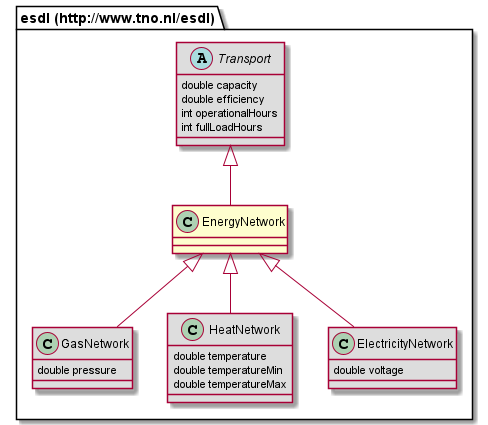
Above: 687474703a2f2f7777772e746e6f2e6e6c2f6573646c/EnergyNetwork.png in EnergyTransition/energytransition.github.io (PlantUML), before the change.
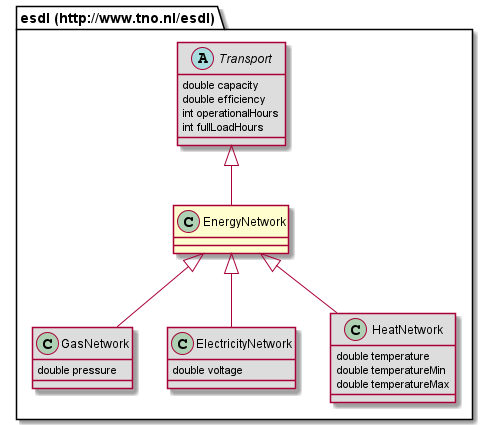
The same file after the commit.

The edit, as a diff of the source:
```diff
@@ -3,14 +3,6 @@
 }
 class "esdl (http://www.tno.nl/esdl).GasNetwork" [[#router/doc-content/687474703a2f2f7777772e746e6f2e6e6c2f6573646c/GasNetwork.html{Describes an complete gas network, without detailing the complete topology. }]] #DDDDDD {
 	double pressure
-}
-class "esdl (http://www.tno.nl/esdl).HeatNetwork" [[#router/doc-content/687474703a2f2f7777772e746e6f2e6e6c2f6573646c/HeatNetwork.html{Describes an complete heat network, without detailing the complete topology. }]] #DDDDDD {
-	double temperature
-	double temperatureMin
-	double temperatureMax
-}
-class "esdl (http://www.tno.nl/esdl).ElectricityNetwork" [[#router/doc-content/687474703a2f2f7777772e746e6f2e6e6c2f6573646c/ElectricityNetwork.html{Describes an complete Electricty network, without detailing the complete topology. }]] #DDDDDD {
-	double voltage
 }
 abstract class "esdl (http://www.tno.nl/esdl).Transport" [[#router/doc-content/687474703a2f2f7777772e746e6f2e6e6c2f6573646c/Transport.html{An abstract class that describes EnergyAssets that can transport energy. }]] #DDDDDD {
 	double capacity
@@ -18,8 +10,16 @@
 	int operationalHours
 	int fullLoadHours
 }
+class "esdl (http://www.tno.nl/esdl).ElectricityNetwork" [[#router/doc-content/687474703a2f2f7777772e746e6f2e6e6c2f6573646c/ElectricityNetwork.html{Describes an complete Electricty network, without detailing the complete topology. }]] #DDDDDD {
+	double voltage
+}
+class "esdl (http://www.tno.nl/esdl).HeatNetwork" [[#router/doc-content/687474703a2f2f7777772e746e6f2e6e6c2f6573646c/HeatNetwork.html{Describes an complete heat network, without detailing the complete topology. }]] #DDDDDD {
+	double temperature
+	double temperatureMin
+	double temperatureMax
+}
+"esdl (http://www.tno.nl/esdl).EnergyNetwork" <|-- "esdl (http://www.tno.nl/esdl).GasNetwork"
+"esdl (http://www.tno.nl/esdl).EnergyNetwork" <|-- "esdl (http://www.tno.nl/esdl).ElectricityNetwork"
+"esdl (http://www.tno.nl/esdl).EnergyNetwork" <|-- "esdl (http://www.tno.nl/esdl).HeatNetwork"
 "esdl (http://www.tno.nl/esdl).Transport" <|-- "esdl (http://www.tno.nl/esdl).EnergyNetwork"
-"esdl (http://www.tno.nl/esdl).EnergyNetwork" <|-- "esdl (http://www.tno.nl/esdl).GasNetwork"
-"esdl (http://www.tno.nl/esdl).EnergyNetwork" <|-- "esdl (http://www.tno.nl/esdl).HeatNetwork"
-"esdl (http://www.tno.nl/esdl).EnergyNetwork" <|-- "esdl (http://www.tno.nl/esdl).ElectricityNetwork"
 @enduml
```
